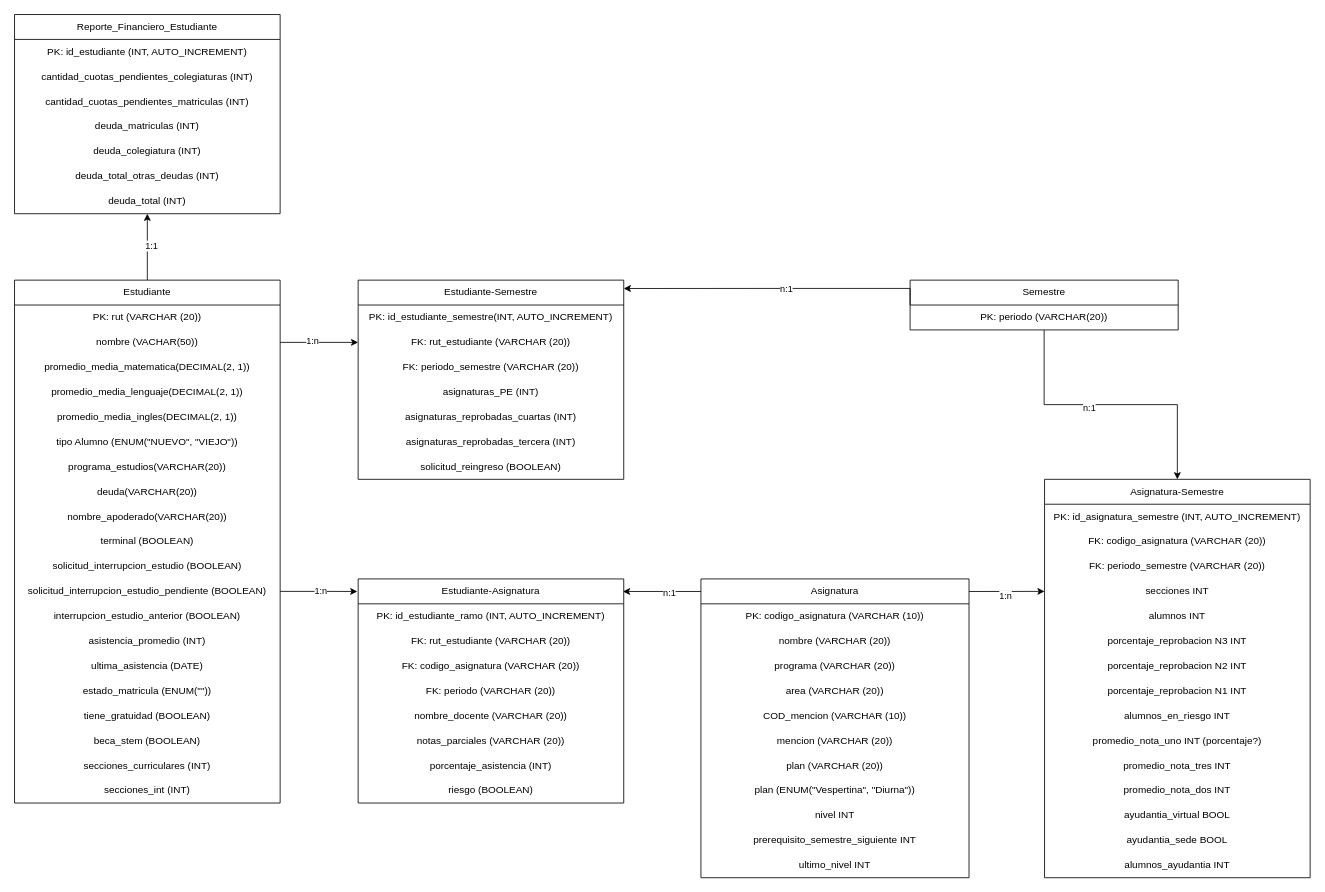
Above: database/modelo_base_de_datos/Base De Datos Inacap.drawio in anticarasosman/Predictor-de-notas-Inacap (draw.io), before the change. Source tidied: cells renumbered, new cells numbered last; positions are measured from the earlier drawing's top-left corner, leaving out a move shared by most shapes. Both pictures are drawn from the tidied source at 83%, with x=0, y=0 at pixel (14, 14).
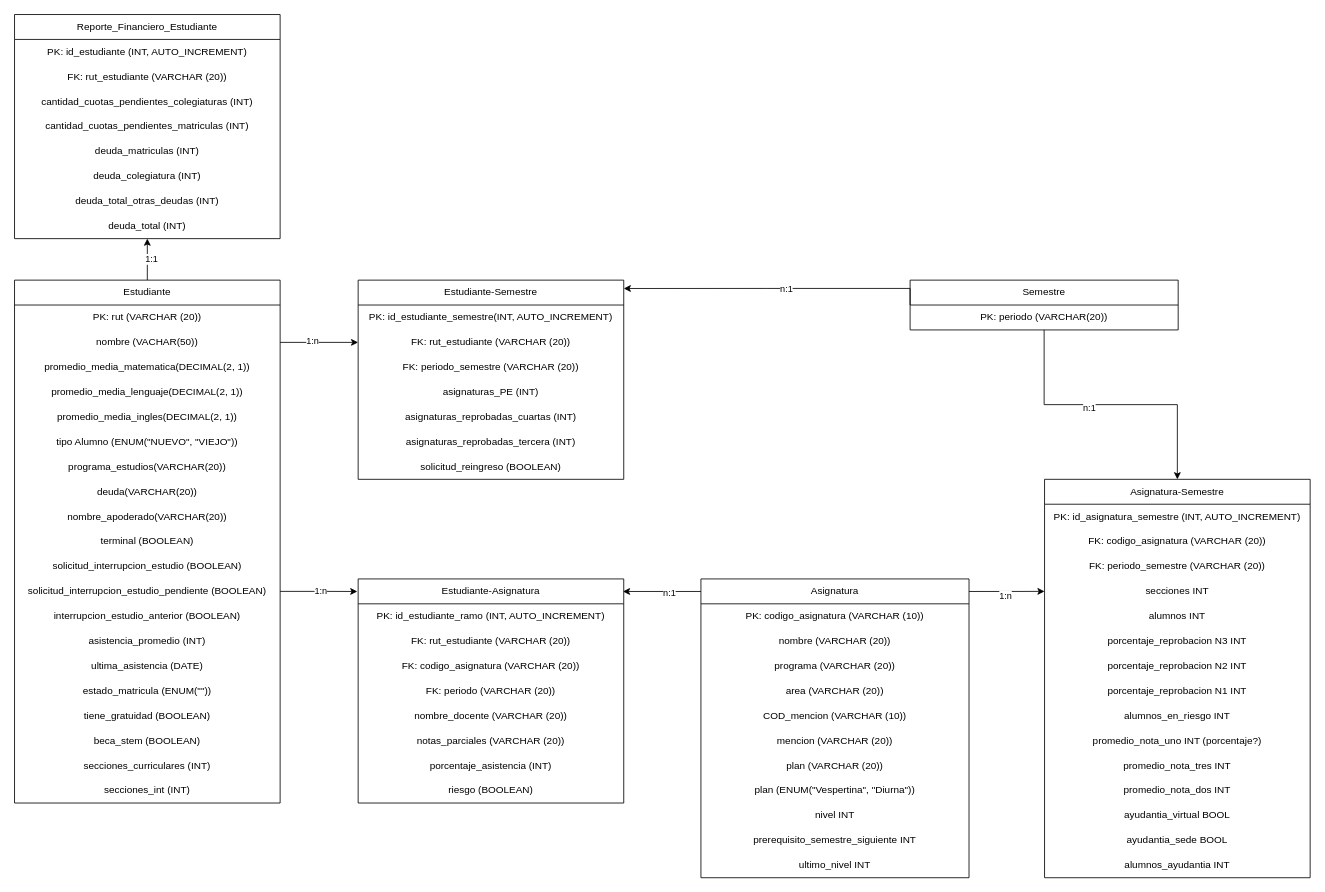
Above is the later version.

Diff of the diagram source:
```diff
@@
     <mxCell id="41" value="Reporte_Financiero_Estudiante" style="swimlane;fontStyle=0;horizontal=1;startSize=30;whiteSpace=wrap;html=1;" parent="1" vertex="1">
-      <mxGeometry width="320" height="240" as="geometry" />
+      <mxGeometry width="320" height="270" as="geometry" />
     </mxCell>
@@
+    <mxCell id="92" value="FK: rut_estudiante (VARCHAR (20))" style="text;html=1;whiteSpace=wrap;strokeColor=none;fillColor=none;align=center;verticalAlign=middle;rounded=0;" parent="41" vertex="1">
+      <mxGeometry y="60" width="320" height="30" as="geometry" />
+    </mxCell>
     <mxCell id="43" value="&lt;div&gt;&lt;span style=&quot;background-color: transparent; color: light-dark(rgb(0, 0, 0), rgb(255, 255, 255));&quot;&gt;cantidad_cuotas_pendientes_colegiaturas (INT)&lt;/span&gt;&lt;/div&gt;" style="text;html=1;whiteSpace=wrap;strokeColor=none;fillColor=none;align=center;verticalAlign=middle;rounded=0;" parent="41" vertex="1">
-      <mxGeometry y="60" width="320" height="30" as="geometry" />
+      <mxGeometry y="90" width="320" height="30" as="geometry" />
     </mxCell>
     <mxCell id="44" value="&lt;div&gt;&lt;span style=&quot;background-color: transparent; color: light-dark(rgb(0, 0, 0), rgb(255, 255, 255));&quot;&gt;cantidad_cuotas_pendientes_matriculas (INT)&lt;/span&gt;&lt;/div&gt;" style="text;html=1;whiteSpace=wrap;strokeColor=none;fillColor=none;align=center;verticalAlign=middle;rounded=0;" parent="41" vertex="1">
-      <mxGeometry y="90" width="320" height="30" as="geometry" />
+      <mxGeometry y="120" width="320" height="30" as="geometry" />
     </mxCell>
     <mxCell id="45" value="&lt;div&gt;&lt;span style=&quot;background-color: transparent; color: light-dark(rgb(0, 0, 0), rgb(255, 255, 255));&quot;&gt;deuda_matriculas (INT)&lt;/span&gt;&lt;/div&gt;" style="text;html=1;whiteSpace=wrap;strokeColor=none;fillColor=none;align=center;verticalAlign=middle;rounded=0;" parent="41" vertex="1">
-      <mxGeometry y="120" width="320" height="30" as="geometry" />
+      <mxGeometry y="150" width="320" height="30" as="geometry" />
     </mxCell>
     <mxCell id="46" value="&lt;div&gt;&lt;span style=&quot;background-color: transparent; color: light-dark(rgb(0, 0, 0), rgb(255, 255, 255));&quot;&gt;deuda_colegiatura (INT)&lt;/span&gt;&lt;/div&gt;" style="text;html=1;whiteSpace=wrap;strokeColor=none;fillColor=none;align=center;verticalAlign=middle;rounded=0;" parent="41" vertex="1">
-      <mxGeometry y="150" width="320" height="30" as="geometry" />
+      <mxGeometry y="180" width="320" height="30" as="geometry" />
     </mxCell>
     <mxCell id="47" value="&lt;div&gt;&lt;span style=&quot;background-color: transparent; color: light-dark(rgb(0, 0, 0), rgb(255, 255, 255));&quot;&gt;deuda_total_otras_deudas (INT)&lt;/span&gt;&lt;/div&gt;" style="text;html=1;whiteSpace=wrap;strokeColor=none;fillColor=none;align=center;verticalAlign=middle;rounded=0;" parent="41" vertex="1">
-      <mxGeometry y="180" width="320" height="30" as="geometry" />
+      <mxGeometry y="210" width="320" height="30" as="geometry" />
     </mxCell>
     <mxCell id="48" value="&lt;div&gt;&lt;span style=&quot;background-color: transparent; color: light-dark(rgb(0, 0, 0), rgb(255, 255, 255));&quot;&gt;deuda_total (INT)&lt;/span&gt;&lt;/div&gt;" style="text;html=1;whiteSpace=wrap;strokeColor=none;fillColor=none;align=center;verticalAlign=middle;rounded=0;" parent="41" vertex="1">
-      <mxGeometry y="210" width="320" height="30" as="geometry" />
+      <mxGeometry y="240" width="320" height="30" as="geometry" />
     </mxCell>
```
